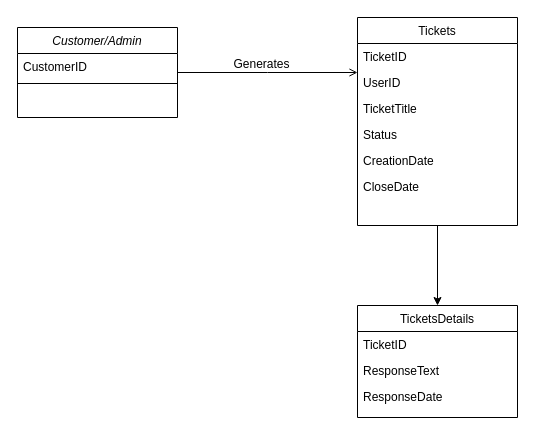
Before: Untitled Diagram.drawio in devpilot-official/chat, a draw.io diagram. Source tidied: cells renumbered, new cells numbered last; positions are measured from the earlier drawing's top-left corner, leaving out a move shared by most shapes. Both pictures are drawn from the tidied source at 100%, with x=0, y=0 at pixel (17, 17).
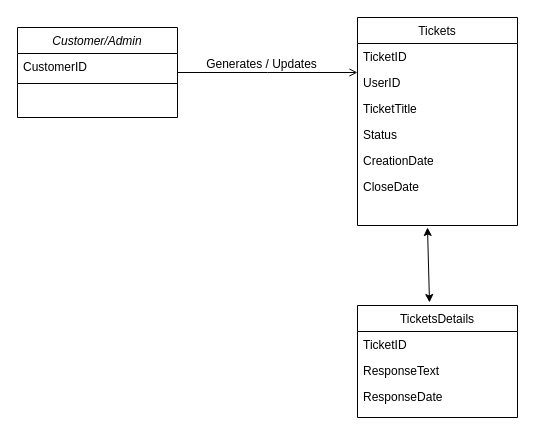
Above is the later version.

Unchanged cells that the change refers to:
```xml
<mxCell id="6" value="Tickets" style="swimlane;fontStyle=0;align=center;verticalAlign=top;horizontal=1;startSize=26;rounded=0;shadow=0;strokeWidth=1;" parent="1" vertex="1">
  <mxGeometry x="340" width="160" height="208" as="geometry" />
</mxCell>
<mxCell id="13" style="endArrow=open;shadow=0;strokeWidth=1;rounded=0;endFill=1;edgeStyle=elbowEdgeStyle;elbow=vertical;" parent="1" edge="1" source="2" target="6">
  <mxGeometry x="0.5" y="41" relative="1" as="geometry">
    <mxPoint x="-40" y="32" as="offset" />
  </mxGeometry>
</mxCell>
<mxCell id="15" value="TicketsDetails" style="swimlane;fontStyle=0;align=center;verticalAlign=top;horizontal=1;startSize=26;rounded=0;shadow=0;strokeWidth=1;" parent="1" vertex="1">
  <mxGeometry x="340" y="288" width="160" height="112" as="geometry" />
</mxCell>
```

Diff of the diagram source:
```diff
@@
-    <mxCell id="5" style="edgeStyle=orthogonalEdgeStyle;rounded=0;jettySize=auto;html=1;" parent="1" edge="1" source="6" target="15">
-      <mxGeometry relative="1" as="geometry" />
-    </mxCell>
@@
-    <mxCell id="14" value="Generates" style="text;html=1;align=center;verticalAlign=middle;labelBackgroundColor=none;rounded=0;shadow=0;strokeWidth=1;fontSize=12;" parent="13" vertex="1">
+    <mxCell id="14" value="Generates / Updates" style="text;html=1;align=center;verticalAlign=middle;labelBackgroundColor=none;rounded=0;shadow=0;strokeWidth=1;fontSize=12;" parent="13" vertex="1">
       <mxGeometry x="0.5" y="49" relative="1" as="geometry">
         <mxPoint x="-52" y="40" as="offset" />
       </mxGeometry>
     </mxCell>
@@
+    <mxCell id="19" style="endArrow=classic;startArrow=classic;html=1;exitX=0.45;exitY=-0.027;exitDx=0;exitDy=0;exitPerimeter=0;" parent="1" edge="1" source="15">
+      <mxGeometry relative="1" as="geometry">
+        <mxPoint x="410" y="210" as="targetPoint" />
+      </mxGeometry>
+    </mxCell>
```
